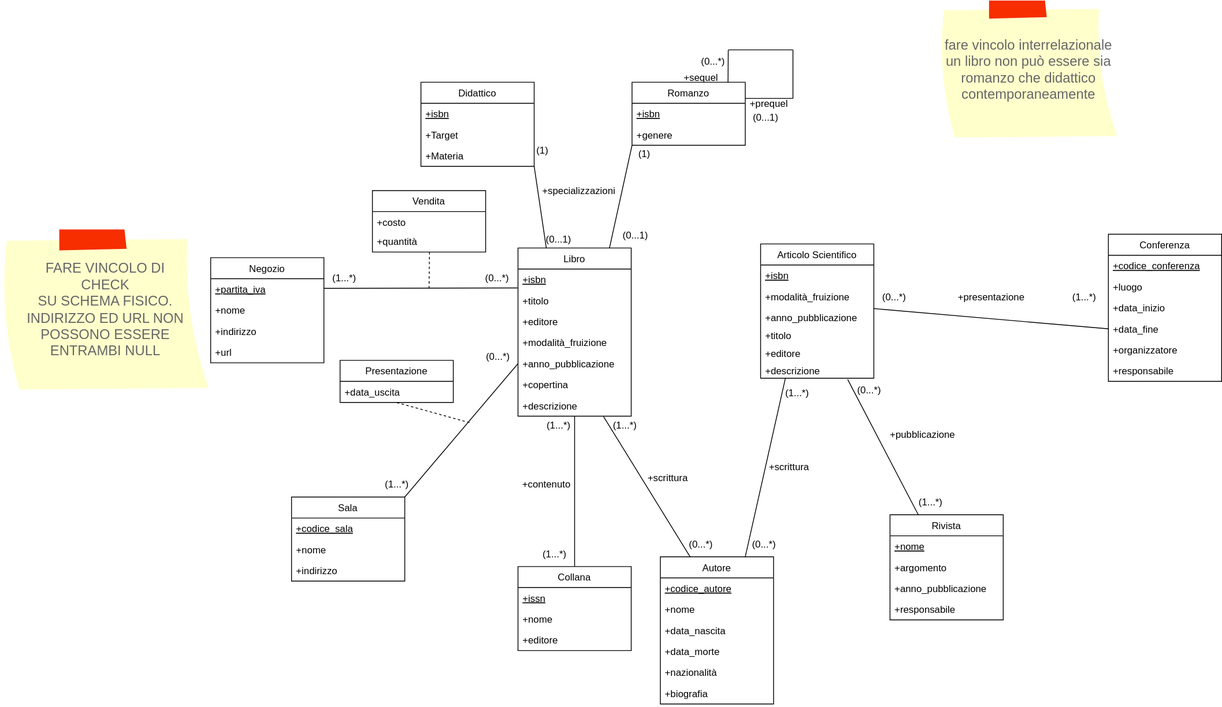
Earlier version of the draw.io export Modello_Concettuale_Ristrutturato.drawio.svg (m3tt0/Progetto_OB_BASI). Source tidied: cells renumbered, new cells last; positions are measured from the earlier drawing's top-left corner, leaving out a move shared by most shapes.
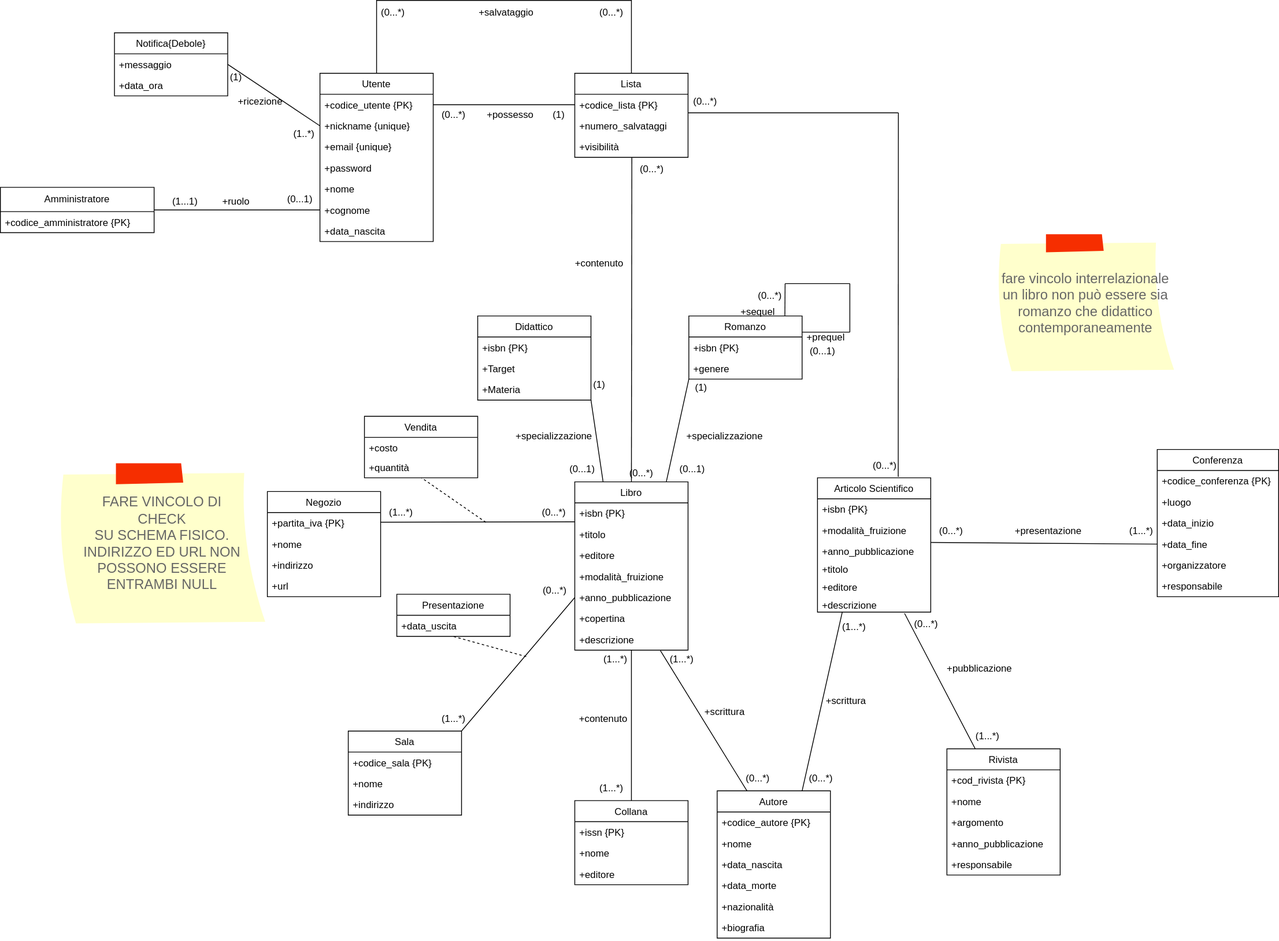
The same diagram one commit later.

Diff of the diagram source:
```diff
@@ -5,21 +5,21 @@
     <mxCell id="2" value="Conferenza" style="swimlane;fontStyle=0;horizontal=1;startSize=26;fillColor=none;" parent="1" vertex="1">
-      <mxGeometry x="1370" y="289" width="140" height="182" as="geometry" />
+      <mxGeometry x="1360" y="266" width="150" height="182" as="geometry" />
     </mxCell>
-    <mxCell id="3" value="+codice_conferenza" style="text;strokeColor=none;fillColor=none;align=left;verticalAlign=top;spacingLeft=4;spacingRight=4;overflow=hidden;fontStyle=4;" parent="2" vertex="1">
-      <mxGeometry y="26" width="140" height="26" as="geometry" />
+    <mxCell id="3" value="+codice_conferenza {PK}" style="text;strokeColor=none;fillColor=none;align=left;verticalAlign=top;spacingLeft=4;spacingRight=4;overflow=hidden;fontStyle=0;" parent="2" vertex="1">
+      <mxGeometry y="26" width="150" height="26" as="geometry" />
     </mxCell>
     <mxCell id="4" value="+luogo" style="text;strokeColor=none;fillColor=none;align=left;verticalAlign=top;spacingLeft=4;spacingRight=4;overflow=hidden;" parent="2" vertex="1">
-      <mxGeometry y="52" width="140" height="26" as="geometry" />
+      <mxGeometry y="52" width="150" height="26" as="geometry" />
     </mxCell>
     <mxCell id="5" value="+data_inizio" style="text;strokeColor=none;fillColor=none;align=left;verticalAlign=top;spacingLeft=4;spacingRight=4;overflow=hidden;" parent="2" vertex="1">
-      <mxGeometry y="78" width="140" height="26" as="geometry" />
+      <mxGeometry y="78" width="150" height="26" as="geometry" />
     </mxCell>
     <mxCell id="6" value="+data_fine" style="text;strokeColor=none;fillColor=none;align=left;verticalAlign=top;spacingLeft=4;spacingRight=4;overflow=hidden;points=[[0,0.5],[1,0.5]];portConstraint=eastwest;" parent="2" vertex="1">
-      <mxGeometry y="104" width="140" height="26" as="geometry" />
+      <mxGeometry y="104" width="150" height="26" as="geometry" />
     </mxCell>
     <mxCell id="7" value="+organizzatore" style="text;strokeColor=none;fillColor=none;align=left;verticalAlign=top;spacingLeft=4;spacingRight=4;overflow=hidden;" parent="2" vertex="1">
-      <mxGeometry y="130" width="140" height="26" as="geometry" />
+      <mxGeometry y="130" width="150" height="26" as="geometry" />
     </mxCell>
     <mxCell id="8" value="+responsabile" style="text;strokeColor=none;fillColor=none;align=left;verticalAlign=top;spacingLeft=4;spacingRight=4;overflow=hidden;" parent="2" vertex="1">
-      <mxGeometry y="156" width="140" height="26" as="geometry" />
+      <mxGeometry y="156" width="150" height="26" as="geometry" />
     </mxCell>
@@ -28,3 +28,3 @@
     </mxCell>
-    <mxCell id="10" value="+isbn" style="text;strokeColor=none;fillColor=none;align=left;verticalAlign=top;spacingLeft=4;spacingRight=4;overflow=hidden;points=[[0,0.5],[1,0.5]];portConstraint=eastwest;fontStyle=4;" parent="9" vertex="1">
+    <mxCell id="10" value="+isbn {PK}" style="text;strokeColor=none;fillColor=none;align=left;verticalAlign=top;spacingLeft=4;spacingRight=4;overflow=hidden;points=[[0,0.5],[1,0.5]];portConstraint=eastwest;fontStyle=0;" parent="9" vertex="1">
       <mxGeometry y="26" width="140" height="26" as="geometry" />
@@ -52,3 +52,3 @@
     </mxCell>
-    <mxCell id="18" value="+isbn" style="text;strokeColor=none;fillColor=none;align=left;verticalAlign=top;spacingLeft=4;spacingRight=4;overflow=hidden;fontStyle=4;" parent="17" vertex="1">
+    <mxCell id="18" value="+isbn {PK}" style="text;strokeColor=none;fillColor=none;align=left;verticalAlign=top;spacingLeft=4;spacingRight=4;overflow=hidden;fontStyle=0;" parent="17" vertex="1">
       <mxGeometry y="26" width="140" height="26" as="geometry" />
@@ -73,3 +73,3 @@
     </mxCell>
-    <mxCell id="25" value="+codice_autore" style="text;strokeColor=none;fillColor=none;align=left;verticalAlign=top;spacingLeft=4;spacingRight=4;overflow=hidden;fontStyle=4;" parent="24" vertex="1">
+    <mxCell id="25" value="+codice_autore {PK}" style="text;strokeColor=none;fillColor=none;align=left;verticalAlign=top;spacingLeft=4;spacingRight=4;overflow=hidden;fontStyle=0;" parent="24" vertex="1">
       <mxGeometry y="26" width="140" height="26" as="geometry" />
@@ -98,15 +98,18 @@
     <mxCell id="33" value="Rivista" style="swimlane;fontStyle=0;horizontal=1;startSize=26;fillColor=none;" parent="1" vertex="1">
-      <mxGeometry x="1100" y="636" width="140" height="130" as="geometry" />
+      <mxGeometry x="1100" y="636" width="140" height="156" as="geometry" />
     </mxCell>
+    <mxCell id="107" value="+cod_rivista {PK}" style="text;strokeColor=none;fillColor=none;align=left;verticalAlign=top;spacingLeft=4;spacingRight=4;overflow=hidden;" parent="33" vertex="1">
+      <mxGeometry y="26" width="140" height="26" as="geometry" />
+    </mxCell>
-    <mxCell id="34" value="+nome" style="text;strokeColor=none;fillColor=none;align=left;verticalAlign=top;spacingLeft=4;spacingRight=4;overflow=hidden;fontStyle=4;" parent="33" vertex="1">
-      <mxGeometry y="26" width="140" height="26" as="geometry" />
+    <mxCell id="34" value="+nome" style="text;strokeColor=none;fillColor=none;align=left;verticalAlign=top;spacingLeft=4;spacingRight=4;overflow=hidden;fontStyle=0;" parent="33" vertex="1">
+      <mxGeometry y="52" width="140" height="26" as="geometry" />
     </mxCell>
     <mxCell id="35" value="+argomento" style="text;strokeColor=none;fillColor=none;align=left;verticalAlign=top;spacingLeft=4;spacingRight=4;overflow=hidden;" parent="33" vertex="1">
-      <mxGeometry y="52" width="140" height="26" as="geometry" />
+      <mxGeometry y="78" width="140" height="26" as="geometry" />
     </mxCell>
     <mxCell id="36" value="+anno_pubblicazione" style="text;strokeColor=none;fillColor=none;align=left;verticalAlign=top;spacingLeft=4;spacingRight=4;overflow=hidden;" parent="33" vertex="1">
-      <mxGeometry y="78" width="140" height="26" as="geometry" />
+      <mxGeometry y="104" width="140" height="26" as="geometry" />
     </mxCell>
     <mxCell id="37" value="+responsabile" style="text;strokeColor=none;fillColor=none;align=left;verticalAlign=top;spacingLeft=4;spacingRight=4;overflow=hidden;" parent="33" vertex="1">
-      <mxGeometry y="104" width="140" height="26" as="geometry" />
+      <mxGeometry y="130" width="140" height="26" as="geometry" />
     </mxCell>
@@ -157,3 +160,3 @@
     </mxCell>
-    <mxCell id="53" value="+partita_iva" style="text;strokeColor=none;fillColor=none;align=left;verticalAlign=top;spacingLeft=4;spacingRight=4;overflow=hidden;points=[[0,0.5],[1,0.5]];portConstraint=eastwest;horizontal=1;fontStyle=4;" parent="52" vertex="1">
+    <mxCell id="53" value="+partita_iva {PK}" style="text;strokeColor=none;fillColor=none;align=left;verticalAlign=top;spacingLeft=4;spacingRight=4;overflow=hidden;points=[[0,0.5],[1,0.5]];portConstraint=eastwest;horizontal=1;fontStyle=0;" parent="52" vertex="1">
       <mxGeometry y="26" width="140" height="26" as="geometry" />
@@ -173,3 +176,3 @@
     <mxCell id="58" value="Vendita" style="swimlane;fontStyle=0;horizontal=1;startSize=26;fillColor=none;" parent="1" vertex="1">
-      <mxGeometry x="460" y="235" width="140" height="76" as="geometry" />
+      <mxGeometry x="380" y="225" width="140" height="76" as="geometry" />
     </mxCell>
@@ -201,3 +204,3 @@
     </mxCell>
-    <mxCell id="67" value="+issn" style="text;strokeColor=none;fillColor=none;align=left;verticalAlign=top;spacingLeft=4;spacingRight=4;overflow=hidden;fontStyle=4;" parent="66" vertex="1">
+    <mxCell id="67" value="+issn {PK}" style="text;strokeColor=none;fillColor=none;align=left;verticalAlign=top;spacingLeft=4;spacingRight=4;overflow=hidden;fontStyle=0;" parent="66" vertex="1">
       <mxGeometry y="26" width="140" height="26" as="geometry" />
@@ -225,3 +228,3 @@
     </mxCell>
-    <mxCell id="75" value="+codice_sala" style="text;strokeColor=none;fillColor=none;align=left;verticalAlign=top;spacingLeft=4;spacingRight=4;overflow=hidden;fontStyle=4;" parent="74" vertex="1">
+    <mxCell id="75" value="+codice_sala {PK}" style="text;strokeColor=none;fillColor=none;align=left;verticalAlign=top;spacingLeft=4;spacingRight=4;overflow=hidden;fontStyle=0;" parent="74" vertex="1">
       <mxGeometry y="26" width="140" height="26" as="geometry" />
@@ -257,3 +260,3 @@
     </mxCell>
-    <mxCell id="85" value="+isbn" style="text;strokeColor=none;fillColor=none;align=left;verticalAlign=top;spacingLeft=4;spacingRight=4;overflow=hidden;fontStyle=4;" parent="84" vertex="1">
+    <mxCell id="85" value="+isbn {PK}" style="text;strokeColor=none;fillColor=none;align=left;verticalAlign=top;spacingLeft=4;spacingRight=4;overflow=hidden;fontStyle=0;" parent="84" vertex="1">
       <mxGeometry y="26" width="140" height="26" as="geometry" />
@@ -269,3 +272,3 @@
     </mxCell>
-    <mxCell id="89" value="+isbn" style="text;strokeColor=none;fillColor=none;align=left;verticalAlign=top;spacingLeft=4;spacingRight=4;overflow=hidden;fontStyle=4;" parent="88" vertex="1">
+    <mxCell id="89" value="+isbn {PK}" style="text;strokeColor=none;fillColor=none;align=left;verticalAlign=top;spacingLeft=4;spacingRight=4;overflow=hidden;fontStyle=0;" parent="88" vertex="1">
       <mxGeometry y="26" width="140" height="26" as="geometry" />
@@ -326,6 +329,6 @@
     <mxCell id="104" value="(0...1)" style="text;html=1;align=center;verticalAlign=middle;strokeColor=none;fillColor=none;" parent="1" vertex="1">
-      <mxGeometry x="665" y="281" width="50" height="30" as="geometry" />
+      <mxGeometry x="624" y="276" width="50" height="30" as="geometry" />
     </mxCell>
-    <mxCell id="105" value="+specializzazioni" style="text;html=1;align=center;verticalAlign=middle;strokeColor=none;fillColor=none;" parent="1" vertex="1">
-      <mxGeometry x="660" y="221" width="110" height="30" as="geometry" />
+    <mxCell id="105" value="+specializzazione" style="text;html=1;align=center;verticalAlign=middle;strokeColor=none;fillColor=none;" parent="1" vertex="1">
+      <mxGeometry x="765" y="235" width="120" height="30" as="geometry" />
     </mxCell>
@@ -334,2 +337,139 @@
     </mxCell>
+    <mxCell id="108" value="Utente" style="swimlane;fontStyle=0;horizontal=1;startSize=26;fillColor=none;" parent="1" vertex="1">
+      <mxGeometry x="325" y="-199" width="140" height="208" as="geometry" />
+    </mxCell>
+    <mxCell id="109" value="+codice_utente {PK}" style="text;strokeColor=none;fillColor=none;align=left;verticalAlign=top;spacingLeft=4;spacingRight=4;overflow=hidden;points=[[0,0.5],[1,0.5]];portConstraint=eastwest;fontStyle=0;" parent="108" vertex="1">
+      <mxGeometry y="26" width="140" height="26" as="geometry" />
+    </mxCell>
+    <mxCell id="110" value="+nickname {unique}" style="text;strokeColor=none;fillColor=none;align=left;verticalAlign=top;spacingLeft=4;spacingRight=4;overflow=hidden;points=[[0,0.5],[1,0.5]];portConstraint=eastwest;" parent="108" vertex="1">
+      <mxGeometry y="52" width="140" height="26" as="geometry" />
+    </mxCell>
+    <mxCell id="111" value="+email {unique}" style="text;strokeColor=none;fillColor=none;align=left;verticalAlign=top;spacingLeft=4;spacingRight=4;overflow=hidden;" parent="108" vertex="1">
+      <mxGeometry y="78" width="140" height="26" as="geometry" />
+    </mxCell>
+    <mxCell id="112" value="+password" style="text;strokeColor=none;fillColor=none;align=left;verticalAlign=top;spacingLeft=4;spacingRight=4;overflow=hidden;" parent="108" vertex="1">
+      <mxGeometry y="104" width="140" height="26" as="geometry" />
+    </mxCell>
+    <mxCell id="113" value="+nome" style="text;strokeColor=none;fillColor=none;align=left;verticalAlign=top;spacingLeft=4;spacingRight=4;overflow=hidden;" parent="108" vertex="1">
+      <mxGeometry y="130" width="140" height="26" as="geometry" />
+    </mxCell>
+    <mxCell id="114" value="+cognome" style="text;strokeColor=none;fillColor=none;align=left;verticalAlign=top;spacingLeft=4;spacingRight=4;overflow=hidden;points=[[0,0.5],[1,0.5]];portConstraint=eastwest;" parent="108" vertex="1">
+      <mxGeometry y="156" width="140" height="26" as="geometry" />
+    </mxCell>
+    <mxCell id="115" value="+data_nascita" style="text;strokeColor=none;fillColor=none;align=left;verticalAlign=top;spacingLeft=4;spacingRight=4;overflow=hidden;" parent="108" vertex="1">
+      <mxGeometry y="182" width="140" height="26" as="geometry" />
+    </mxCell>
+    <mxCell id="116" value="Amministratore" style="swimlane;fontStyle=0;horizontal=1;startSize=30;whiteSpace=wrap;html=1;" parent="1" vertex="1">
+      <mxGeometry x="-70" y="-58" width="190" height="56" as="geometry" />
+    </mxCell>
+    <mxCell id="117" value="+codice_amministratore {PK}" style="text;strokeColor=none;fillColor=none;align=left;verticalAlign=top;spacingLeft=4;spacingRight=4;overflow=hidden;" parent="116" vertex="1">
+      <mxGeometry y="30" width="190" height="26" as="geometry" />
+    </mxCell>
+    <mxCell id="118" style="endArrow=none;html=1;rounded=0;entryX=0;entryY=0.5;entryDx=0;entryDy=0;exitX=1;exitY=0.5;exitDx=0;exitDy=0;" parent="1" edge="1" source="120" target="110">
+      <mxGeometry relative="1" as="geometry" />
+    </mxCell>
+    <mxCell id="119" value="Notifica{Debole}" style="swimlane;fontStyle=0;horizontal=1;startSize=26;fillColor=none;" parent="1" vertex="1">
+      <mxGeometry x="71" y="-249" width="140" height="78" as="geometry" />
+    </mxCell>
+    <mxCell id="120" value="+messaggio" style="text;strokeColor=none;fillColor=none;align=left;verticalAlign=top;spacingLeft=4;spacingRight=4;overflow=hidden;points=[[0,0.5],[1,0.5]];portConstraint=eastwest;" parent="119" vertex="1">
+      <mxGeometry y="26" width="140" height="26" as="geometry" />
+    </mxCell>
+    <mxCell id="121" value="+data_ora" style="text;strokeColor=none;fillColor=none;align=left;verticalAlign=top;spacingLeft=4;spacingRight=4;overflow=hidden;" parent="119" vertex="1">
+      <mxGeometry y="52" width="140" height="26" as="geometry" />
+    </mxCell>
+    <mxCell id="122" value="(1)" style="text;html=1;align=center;verticalAlign=middle;strokeColor=none;fillColor=none;" parent="1" vertex="1">
+      <mxGeometry x="201" y="-209" width="40" height="30" as="geometry" />
+    </mxCell>
+    <mxCell id="123" value="(1..*)" style="text;html=1;align=center;verticalAlign=middle;strokeColor=none;fillColor=none;" parent="1" vertex="1">
+      <mxGeometry x="280" y="-139" width="50" height="30" as="geometry" />
+    </mxCell>
+    <mxCell id="124" value="+ricezione" style="text;html=1;align=center;verticalAlign=middle;strokeColor=none;fillColor=none;rotation=0;" parent="1" vertex="1">
+      <mxGeometry x="211" y="-179" width="80" height="30" as="geometry" />
+    </mxCell>
+    <mxCell id="125" style="endArrow=none;html=1;rounded=0;exitX=1;exitY=0.5;exitDx=0;exitDy=0;entryX=0;entryY=0.5;entryDx=0;entryDy=0;" parent="1" edge="1" source="116" target="114">
+      <mxGeometry relative="1" as="geometry" />
+    </mxCell>
+    <mxCell id="126" value="+specializzazione" style="text;html=1;align=center;verticalAlign=middle;strokeColor=none;fillColor=none;" parent="1" vertex="1">
+      <mxGeometry x="554" y="235" width="120" height="30" as="geometry" />
+    </mxCell>
+    <mxCell id="127" value="Lista" style="swimlane;fontStyle=0;horizontal=1;startSize=26;fillColor=none;" parent="1" vertex="1">
+      <mxGeometry x="640" y="-199" width="140" height="104" as="geometry" />
+    </mxCell>
+    <mxCell id="128" value="+codice_lista {PK}" style="text;strokeColor=none;fillColor=none;align=left;verticalAlign=top;spacingLeft=4;spacingRight=4;overflow=hidden;points=[[0,0.5],[1,0.5]];portConstraint=eastwest;fontStyle=0;" parent="127" vertex="1">
+      <mxGeometry y="26" width="140" height="26" as="geometry" />
+    </mxCell>
+    <mxCell id="129" value="+numero_salvataggi" style="text;strokeColor=none;fillColor=none;align=left;verticalAlign=top;spacingLeft=4;spacingRight=4;overflow=hidden;" parent="127" vertex="1">
+      <mxGeometry y="52" width="140" height="26" as="geometry" />
+    </mxCell>
+    <mxCell id="130" value="+visibilità" style="text;strokeColor=none;fillColor=none;align=left;verticalAlign=top;spacingLeft=4;spacingRight=4;overflow=hidden;points=[[0,0.5],[1,0.5]];portConstraint=eastwest;" parent="127" vertex="1">
+      <mxGeometry y="78" width="140" height="26" as="geometry" />
+    </mxCell>
+    <mxCell id="131" style="endArrow=none;html=1;rounded=0;entryX=0;entryY=0.5;entryDx=0;entryDy=0;exitX=1;exitY=0.5;exitDx=0;exitDy=0;" parent="1" edge="1" source="109" target="128">
+      <mxGeometry relative="1" as="geometry" />
+    </mxCell>
+    <mxCell id="132" value="(1)" style="text;html=1;align=center;verticalAlign=middle;strokeColor=none;fillColor=none;" parent="1" vertex="1">
+      <mxGeometry x="600" y="-162" width="40" height="30" as="geometry" />
+    </mxCell>
+    <mxCell id="133" value="(0...*)" style="text;html=1;align=center;verticalAlign=middle;strokeColor=none;fillColor=none;" parent="1" vertex="1">
+      <mxGeometry x="465" y="-162" width="50" height="30" as="geometry" />
+    </mxCell>
+    <mxCell id="134" value="+possesso" style="text;html=1;align=center;verticalAlign=middle;strokeColor=none;fillColor=none;rotation=0;" parent="1" vertex="1">
+      <mxGeometry x="520" y="-162" width="80" height="30" as="geometry" />
+    </mxCell>
+    <mxCell id="135" style="endArrow=none;html=1;rounded=0;exitX=0.5;exitY=0;exitDx=0;exitDy=0;entryX=0.5;entryY=0;entryDx=0;entryDy=0;" parent="1" edge="1" source="108" target="127">
+      <mxGeometry relative="1" as="geometry">
+        <Array as="points">
+          <mxPoint x="395" y="-289" />
+          <mxPoint x="606" y="-289" />
+          <mxPoint x="710" y="-289" />
+        </Array>
+      </mxGeometry>
+    </mxCell>
+    <mxCell id="136" value="(0...*)" style="text;html=1;align=center;verticalAlign=middle;strokeColor=none;fillColor=none;" parent="1" vertex="1">
+      <mxGeometry x="390" y="-289" width="50" height="30" as="geometry" />
+    </mxCell>
+    <mxCell id="137" value="(0...*)" style="text;html=1;align=center;verticalAlign=middle;strokeColor=none;fillColor=none;" parent="1" vertex="1">
+      <mxGeometry x="660" y="-289" width="50" height="30" as="geometry" />
+    </mxCell>
+    <mxCell id="138" value="+salvataggio" style="text;html=1;align=center;verticalAlign=middle;strokeColor=none;fillColor=none;rotation=0;" parent="1" vertex="1">
+      <mxGeometry x="510" y="-289" width="90" height="30" as="geometry" />
+    </mxCell>
+    <mxCell id="139" style="endArrow=none;html=1;rounded=0;entryX=0.504;entryY=0.996;entryDx=0;entryDy=0;entryPerimeter=0;exitX=0.5;exitY=0;exitDx=0;exitDy=0;" parent="1" edge="1" source="9" target="130">
+      <mxGeometry relative="1" as="geometry" />
+    </mxCell>
+    <mxCell id="140" value="+contenuto" style="text;html=1;align=center;verticalAlign=middle;strokeColor=none;fillColor=none;rotation=0;" parent="1" vertex="1">
+      <mxGeometry x="630" y="21" width="80" height="30" as="geometry" />
+    </mxCell>
+    <mxCell id="141" value="(0...*)" style="text;html=1;align=center;verticalAlign=middle;strokeColor=none;fillColor=none;" parent="1" vertex="1">
+      <mxGeometry x="710" y="-95" width="50" height="30" as="geometry" />
+    </mxCell>
+    <mxCell id="142" value="(0...1)" style="text;html=1;align=center;verticalAlign=middle;strokeColor=none;fillColor=none;" parent="1" vertex="1">
+      <mxGeometry x="275" y="-58" width="50" height="30" as="geometry" />
+    </mxCell>
+    <mxCell id="143" value="(1...1)" style="text;html=1;align=center;verticalAlign=middle;strokeColor=none;fillColor=none;" parent="1" vertex="1">
+      <mxGeometry x="133" y="-55" width="50" height="30" as="geometry" />
+    </mxCell>
+    <mxCell id="144" value="+ruolo" style="text;html=1;align=center;verticalAlign=middle;strokeColor=none;fillColor=none;" parent="1" vertex="1">
+      <mxGeometry x="191" y="-55" width="60" height="30" as="geometry" />
+    </mxCell>
+    <mxCell id="145" style="endArrow=none;html=1;rounded=0;" parent="1" edge="1">
+      <mxGeometry relative="1" as="geometry">
+        <mxPoint x="780" y="-150" as="sourcePoint" />
+        <mxPoint x="1040" y="-150" as="targetPoint" />
+      </mxGeometry>
+    </mxCell>
+    <mxCell id="146" style="endArrow=none;html=1;rounded=0;entryX=0.713;entryY=-0.007;entryDx=0;entryDy=0;entryPerimeter=0;" parent="1" edge="1" target="17">
+      <mxGeometry relative="1" as="geometry">
+        <mxPoint x="1040" y="-150" as="sourcePoint" />
+      </mxGeometry>
+    </mxCell>
+    <mxCell id="147" value="(0...*)" style="text;html=1;align=center;verticalAlign=middle;strokeColor=none;fillColor=none;" parent="1" vertex="1">
+      <mxGeometry x="697" y="281" width="50" height="30" as="geometry" />
+    </mxCell>
+    <mxCell id="148" value="(0...*)" style="text;html=1;align=center;verticalAlign=middle;strokeColor=none;fillColor=none;" parent="1" vertex="1">
+      <mxGeometry x="776" y="-179" width="50" height="30" as="geometry" />
+    </mxCell>
+    <mxCell id="149" value="(0...*)" style="text;html=1;align=center;verticalAlign=middle;strokeColor=none;fillColor=none;" parent="1" vertex="1">
+      <mxGeometry x="998" y="271" width="50" height="30" as="geometry" />
+    </mxCell>
   </root>
```
